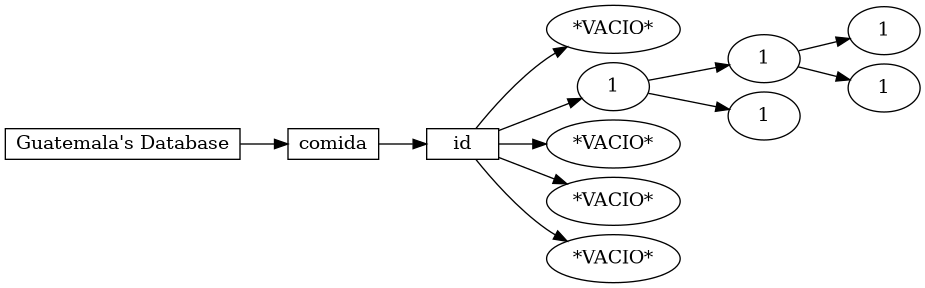
Earlier version of the Graphviz export Docs/Grafico.png (Fxhnd13/EstructuraDeDatos_Proyecto_2). Its source is kept beside it as Docs/Grafico.dot.
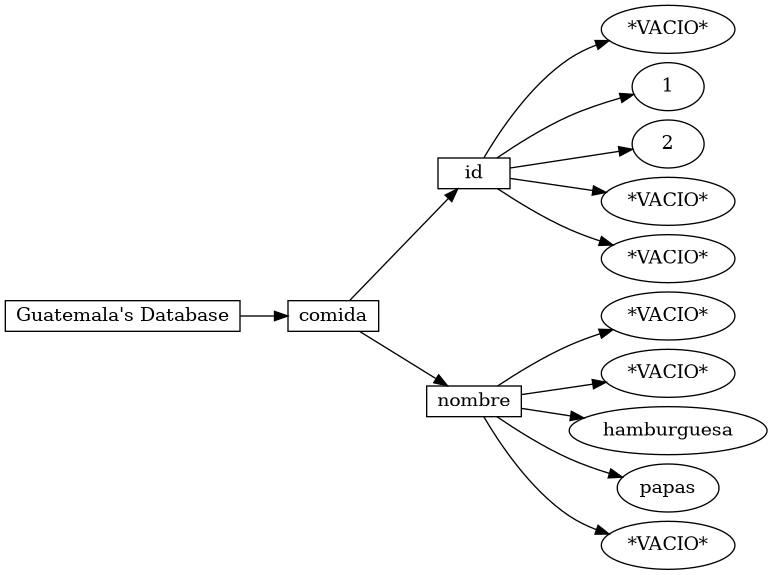
The same diagram one commit later.

Change to the diagram source:
```diff
@@ -10,18 +10,22 @@
      node3 [label="*VACIO*"];
      node2 -> node4;
      node4 [label="1"];
-     node4 -> node5;
-     node5 [label="1"];
-     node5 -> node6;
-     node6 [label="1"];
-     node5 -> node7;
-     node7 [label="1"];
-     node4 -> node8;
-     node8 [label="1"];
-     node2 -> node9;
+     node2 -> node5;
+     node5 [label="2"];
+     node2 -> node6;
+     node6 [label="*VACIO*"];
+     node2 -> node7;
+     node7 [label="*VACIO*"];
+     node1 -> node8;
+     node8 [label="nombre", shape=record, height=.1];
+     node8 -> node9;
      node9 [label="*VACIO*"];
-     node2 -> node10;
+     node8 -> node10;
      node10 [label="*VACIO*"];
-     node2 -> node11;
-     node11 [label="*VACIO*"];
+     node8 -> node11;
+     node11 [label="hamburguesa"];
+     node8 -> node12;
+     node12 [label="papas"];
+     node8 -> node13;
+     node13 [label="*VACIO*"];
 }
```
